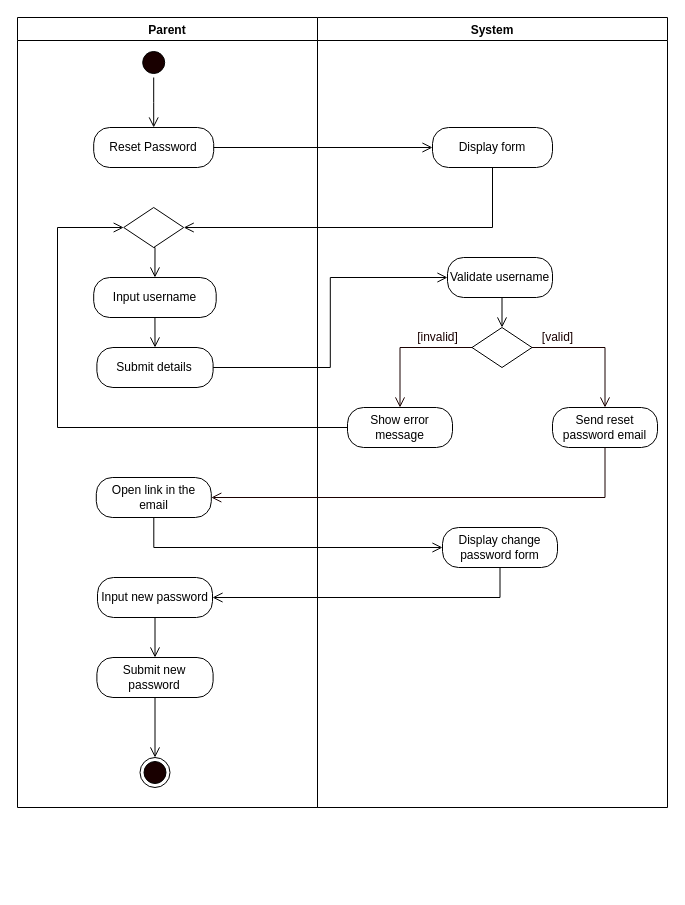
Before: page "ResetPassword" (5 of 8) of REVISIONS/UML-DIAGRAMS/6-9-2021/ACTIVITY DIAGRAM/ACTIVITY DIAGRAM.drawio in mrklglsn/CAPSTONE-FILES, a draw.io diagram. Source tidied: cells renumbered, new cells numbered last; positions are measured from the earlier drawing's top-left corner, leaving out a move shared by most shapes. Both pictures are drawn from the tidied source at 100%, with x=0, y=0 at pixel (17, 17).
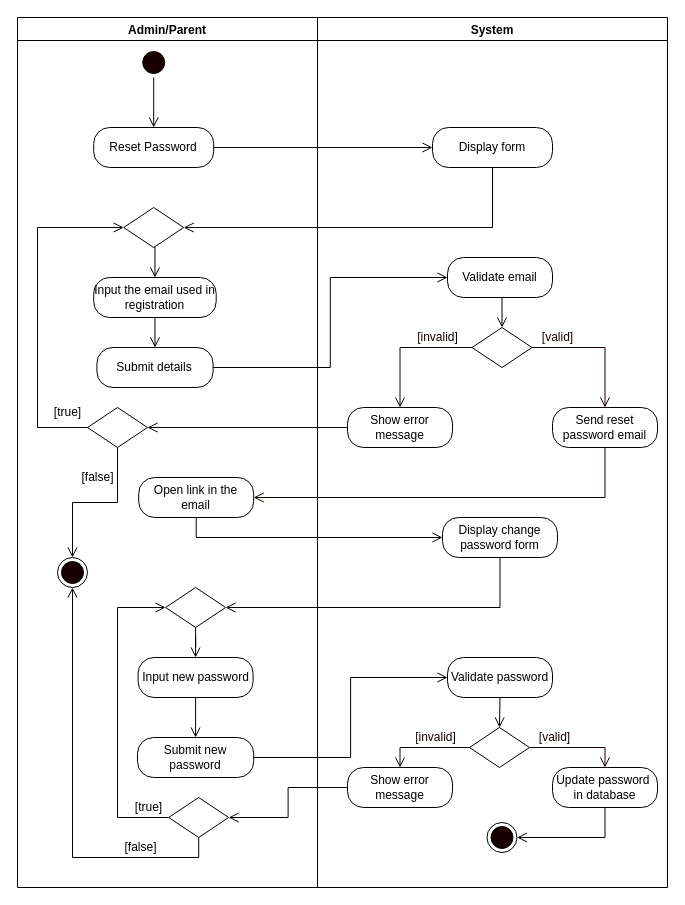
Above is the later version.

The change refers to these unchanged cells:
```xml
<mxCell id="10" style="rhombus;whiteSpace=wrap;html=1;" parent="2" vertex="1">
  <mxGeometry x="106.2" y="190" width="60" height="40" as="geometry" />
</mxCell>
<mxCell id="23" value="Show error message" style="rounded=1;whiteSpace=wrap;html=1;arcSize=40;" parent="17" vertex="1">
  <mxGeometry x="30" y="390" width="105" height="40" as="geometry" />
</mxCell>
```

Change to the diagram source:
```diff
@@
-    <mxCell id="2" value="Parent" style="swimlane;startSize=23;" parent="1" vertex="1">
-      <mxGeometry width="300" height="790" as="geometry" />
+    <mxCell id="2" value="Admin/Parent" style="swimlane;startSize=23;" parent="1" vertex="1">
+      <mxGeometry width="300" height="870" as="geometry" />
     </mxCell>
@@
-    <mxCell id="7" value="Input username" style="rounded=1;whiteSpace=wrap;html=1;arcSize=40;" parent="2" vertex="1">
+    <mxCell id="7" value="Input the email used in registration" style="rounded=1;whiteSpace=wrap;html=1;arcSize=40;" parent="2" vertex="1">
       <mxGeometry x="76.2" y="260" width="122.5" height="40" as="geometry" />
     </mxCell>
@@
-    <mxCell id="11" style="ellipse;html=1;shape=endState;fillColor=#190000;" parent="2" vertex="1">
-      <mxGeometry x="122.5" y="740" width="30" height="30" as="geometry" />
-    </mxCell>
     <mxCell id="12" value="Open link in the email" style="rounded=1;whiteSpace=wrap;html=1;arcSize=40;" parent="2" vertex="1">
-      <mxGeometry x="78.8" y="460" width="115" height="40" as="geometry" />
+      <mxGeometry x="121.2" y="460" width="115" height="40" as="geometry" />
     </mxCell>
@@
     <mxCell id="14" value="Input new password" style="rounded=1;whiteSpace=wrap;html=1;arcSize=40;" parent="2" vertex="1">
-      <mxGeometry x="80" y="560" width="115" height="40" as="geometry" />
+      <mxGeometry x="120.6" y="640" width="115" height="40" as="geometry" />
     </mxCell>
-    <mxCell id="15" style="edgeStyle=orthogonalEdgeStyle;rounded=0;jettySize=auto;html=1;exitX=0.5;exitY=1;exitDx=0;exitDy=0;entryX=0.5;entryY=0;entryDx=0;entryDy=0;endArrow=open;endFill=0;endSize=8;" parent="2" edge="1" source="16" target="11">
-      <mxGeometry relative="1" as="geometry" />
-    </mxCell>
     <mxCell id="16" value="Submit new password" style="rounded=1;whiteSpace=wrap;html=1;arcSize=40;" parent="2" vertex="1">
-      <mxGeometry x="79.4" y="640" width="116.2" height="40" as="geometry" />
+      <mxGeometry x="120" y="720" width="116.2" height="40" as="geometry" />
     </mxCell>
+    <mxCell id="36" style="rhombus;whiteSpace=wrap;html=1;" parent="2" vertex="1">
+      <mxGeometry x="70" y="390" width="60" height="40" as="geometry" />
+    </mxCell>
+    <mxCell id="32" style="edgeStyle=orthogonalEdgeStyle;rounded=0;jettySize=auto;html=1;exitX=0;exitY=0.5;exitDx=0;exitDy=0;endArrow=open;endFill=0;endSize=8;entryX=0;entryY=0.5;entryDx=0;entryDy=0;" parent="2" edge="1" source="36" target="10">
+      <mxGeometry relative="1" as="geometry">
+        <Array as="points">
+          <mxPoint x="20" y="410" />
+          <mxPoint x="20" y="210" />
+        </Array>
+      </mxGeometry>
+    </mxCell>
+    <mxCell id="37" style="edgeStyle=orthogonalEdgeStyle;rounded=0;jettySize=auto;html=1;exitX=0.5;exitY=1;exitDx=0;exitDy=0;endArrow=open;endFill=0;endSize=8;" parent="2" edge="1" source="36" target="42">
+      <mxGeometry relative="1" as="geometry" />
+    </mxCell>
+    <mxCell id="38" value="[true]" style="text;html=1;align=center;verticalAlign=middle;strokeColor=none;" parent="2" vertex="1">
+      <mxGeometry x="30" y="385" width="40" height="20" as="geometry" />
+    </mxCell>
+    <mxCell id="39" value="[false]" style="text;html=1;align=center;verticalAlign=middle;strokeColor=none;" parent="2" vertex="1">
+      <mxGeometry x="55" y="450" width="50" height="20" as="geometry" />
+    </mxCell>
+    <mxCell id="40" style="edgeStyle=orthogonalEdgeStyle;rounded=0;jettySize=auto;html=1;exitX=0.5;exitY=1;exitDx=0;exitDy=0;endArrow=open;endFill=0;endSize=8;" parent="2" edge="1" source="41" target="14">
+      <mxGeometry relative="1" as="geometry" />
+    </mxCell>
+    <mxCell id="41" style="rhombus;whiteSpace=wrap;html=1;" parent="2" vertex="1">
+      <mxGeometry x="148.1" y="570" width="60" height="40" as="geometry" />
+    </mxCell>
+    <mxCell id="42" style="ellipse;html=1;shape=endState;fillColor=#190000;" parent="2" vertex="1">
+      <mxGeometry x="40" y="540" width="30" height="30" as="geometry" />
+    </mxCell>
+    <mxCell id="43" style="edgeStyle=orthogonalEdgeStyle;rounded=0;jettySize=auto;html=1;exitX=0.5;exitY=1;exitDx=0;exitDy=0;entryX=0.5;entryY=1;entryDx=0;entryDy=0;endArrow=open;endFill=0;endSize=8;" parent="2" edge="1" source="44" target="42">
+      <mxGeometry relative="1" as="geometry" />
+    </mxCell>
+    <mxCell id="44" style="rhombus;whiteSpace=wrap;html=1;" parent="2" vertex="1">
+      <mxGeometry x="151.2" y="780" width="60" height="40" as="geometry" />
+    </mxCell>
+    <mxCell id="45" style="edgeStyle=orthogonalEdgeStyle;rounded=0;jettySize=auto;html=1;exitX=0;exitY=0.5;exitDx=0;exitDy=0;entryX=0;entryY=0.5;entryDx=0;entryDy=0;endArrow=open;endFill=0;endSize=8;" parent="2" edge="1" source="44" target="41">
+      <mxGeometry relative="1" as="geometry">
+        <Array as="points">
+          <mxPoint x="100" y="800" />
+          <mxPoint x="100" y="590" />
+        </Array>
+      </mxGeometry>
+    </mxCell>
+    <mxCell id="46" value="[false]" style="text;html=1;align=center;verticalAlign=middle;strokeColor=none;" parent="2" vertex="1">
+      <mxGeometry x="98.1" y="820" width="50" height="20" as="geometry" />
+    </mxCell>
+    <mxCell id="47" value="[true]" style="text;html=1;align=center;verticalAlign=middle;strokeColor=none;" parent="2" vertex="1">
+      <mxGeometry x="111.2" y="780" width="40" height="20" as="geometry" />
+    </mxCell>
     <mxCell id="17" value="System" style="swimlane;" parent="1" vertex="1">
-      <mxGeometry x="300" width="350" height="790" as="geometry" />
+      <mxGeometry x="300" width="350" height="870" as="geometry" />
     </mxCell>
-    <mxCell id="18" value="Validate username" style="rounded=1;whiteSpace=wrap;html=1;arcSize=40;" parent="17" vertex="1">
+    <mxCell id="18" value="Validate email" style="rounded=1;whiteSpace=wrap;html=1;arcSize=40;" parent="17" vertex="1">
       <mxGeometry x="130" y="240" width="105" height="40" as="geometry" />
     </mxCell>
@@
     <mxCell id="28" value="Display change password form" style="rounded=1;whiteSpace=wrap;html=1;arcSize=40;" parent="17" vertex="1">
-      <mxGeometry x="125" y="510" width="115" height="40" as="geometry" />
+      <mxGeometry x="125" y="500" width="115" height="40" as="geometry" />
     </mxCell>
+    <mxCell id="48" style="edgeStyle=orthogonalEdgeStyle;rounded=0;jettySize=auto;html=1;exitX=0.5;exitY=1;exitDx=0;exitDy=0;entryX=0.5;entryY=0;entryDx=0;entryDy=0;endArrow=open;endFill=0;endSize=8;" parent="17" edge="1" source="49" target="50">
+      <mxGeometry relative="1" as="geometry" />
+    </mxCell>
+    <mxCell id="49" value="Validate password" style="rounded=1;whiteSpace=wrap;html=1;arcSize=40;" parent="17" vertex="1">
+      <mxGeometry x="130" y="640" width="105" height="40" as="geometry" />
+    </mxCell>
+    <mxCell id="50" style="rhombus;whiteSpace=wrap;html=1;" parent="17" vertex="1">
+      <mxGeometry x="152" y="710" width="60" height="40" as="geometry" />
+    </mxCell>
+    <mxCell id="51" value="&lt;font color=&quot;#190000&quot;&gt;[valid]&lt;/font&gt;" style="text;html=1;align=center;verticalAlign=middle;strokeColor=none;fontColor=#FFFFFF;" parent="17" vertex="1">
+      <mxGeometry x="212" y="710" width="50" height="20" as="geometry" />
+    </mxCell>
+    <mxCell id="52" value="&lt;font color=&quot;#190000&quot;&gt;[invalid]&lt;/font&gt;" style="text;html=1;align=center;verticalAlign=middle;strokeColor=none;fontColor=#FFFFFF;" parent="17" vertex="1">
+      <mxGeometry x="87.5" y="710" width="60" height="20" as="geometry" />
+    </mxCell>
+    <mxCell id="53" value="Show error message" style="rounded=1;whiteSpace=wrap;html=1;arcSize=40;" parent="17" vertex="1">
+      <mxGeometry x="30" y="750" width="105" height="40" as="geometry" />
+    </mxCell>
+    <mxCell id="54" style="edgeStyle=orthogonalEdgeStyle;rounded=0;jettySize=auto;html=1;exitX=0.5;exitY=1;exitDx=0;exitDy=0;endArrow=open;endFill=0;endSize=8;entryX=1;entryY=0.5;entryDx=0;entryDy=0;" parent="17" edge="1" source="55" target="11">
+      <mxGeometry relative="1" as="geometry" />
+    </mxCell>
+    <mxCell id="55" value="Update password&amp;nbsp; in database" style="rounded=1;whiteSpace=wrap;html=1;arcSize=40;" parent="17" vertex="1">
+      <mxGeometry x="235" y="750" width="105" height="40" as="geometry" />
+    </mxCell>
+    <mxCell id="56" style="edgeStyle=orthogonalEdgeStyle;rounded=0;jettySize=auto;html=1;exitX=0;exitY=0.5;exitDx=0;exitDy=0;fontColor=#FFFFFF;endArrow=open;endFill=0;endSize=8;strokeColor=#190000;entryX=0.5;entryY=0;entryDx=0;entryDy=0;" parent="17" edge="1" source="50" target="53">
+      <mxGeometry relative="1" as="geometry" />
+    </mxCell>
+    <mxCell id="57" style="edgeStyle=orthogonalEdgeStyle;rounded=0;jettySize=auto;html=1;exitX=1;exitY=0.5;exitDx=0;exitDy=0;fontColor=#FFFFFF;endArrow=open;endFill=0;endSize=8;strokeColor=#190000;entryX=0.5;entryY=0;entryDx=0;entryDy=0;" parent="17" edge="1" source="50" target="55">
+      <mxGeometry relative="1" as="geometry" />
+    </mxCell>
+    <mxCell id="11" style="ellipse;html=1;shape=endState;fillColor=#190000;" parent="17" vertex="1">
+      <mxGeometry x="169.5" y="805" width="30" height="30" as="geometry" />
+    </mxCell>
@@
-    <mxCell id="32" style="edgeStyle=orthogonalEdgeStyle;rounded=0;jettySize=auto;html=1;exitX=0;exitY=0.5;exitDx=0;exitDy=0;endArrow=open;endFill=0;endSize=8;entryX=0;entryY=0.5;entryDx=0;entryDy=0;" parent="1" edge="1" source="23" target="10">
-      <mxGeometry relative="1" as="geometry">
-        <Array as="points">
-          <mxPoint x="40" y="410" />
-          <mxPoint x="40" y="210" />
-        </Array>
-      </mxGeometry>
-    </mxCell>
@@
-    <mxCell id="35" style="edgeStyle=orthogonalEdgeStyle;rounded=0;jettySize=auto;html=1;exitX=0.5;exitY=1;exitDx=0;exitDy=0;endArrow=open;endFill=0;endSize=8;entryX=1;entryY=0.5;entryDx=0;entryDy=0;" parent="1" edge="1" source="28" target="14">
+    <mxCell id="35" style="edgeStyle=orthogonalEdgeStyle;rounded=0;jettySize=auto;html=1;exitX=0.5;exitY=1;exitDx=0;exitDy=0;endArrow=open;endFill=0;endSize=8;entryX=1;entryY=0.5;entryDx=0;entryDy=0;" parent="1" edge="1" source="28" target="41">
       <mxGeometry relative="1" as="geometry" />
     </mxCell>
+    <mxCell id="58" style="edgeStyle=orthogonalEdgeStyle;rounded=0;jettySize=auto;html=1;exitX=0;exitY=0.5;exitDx=0;exitDy=0;endArrow=open;endFill=0;endSize=8;entryX=1;entryY=0.5;entryDx=0;entryDy=0;" parent="1" edge="1" source="23" target="36">
+      <mxGeometry relative="1" as="geometry" />
+    </mxCell>
+    <mxCell id="59" style="edgeStyle=orthogonalEdgeStyle;rounded=0;jettySize=auto;html=1;exitX=1;exitY=0.5;exitDx=0;exitDy=0;endArrow=open;endFill=0;endSize=8;entryX=0;entryY=0.5;entryDx=0;entryDy=0;" parent="1" edge="1" source="16" target="49">
+      <mxGeometry relative="1" as="geometry" />
+    </mxCell>
+    <mxCell id="60" style="edgeStyle=orthogonalEdgeStyle;rounded=0;jettySize=auto;html=1;exitX=0;exitY=0.5;exitDx=0;exitDy=0;endArrow=open;endFill=0;endSize=8;entryX=1;entryY=0.5;entryDx=0;entryDy=0;" parent="1" edge="1" source="53" target="44">
+      <mxGeometry relative="1" as="geometry" />
+    </mxCell>
```
